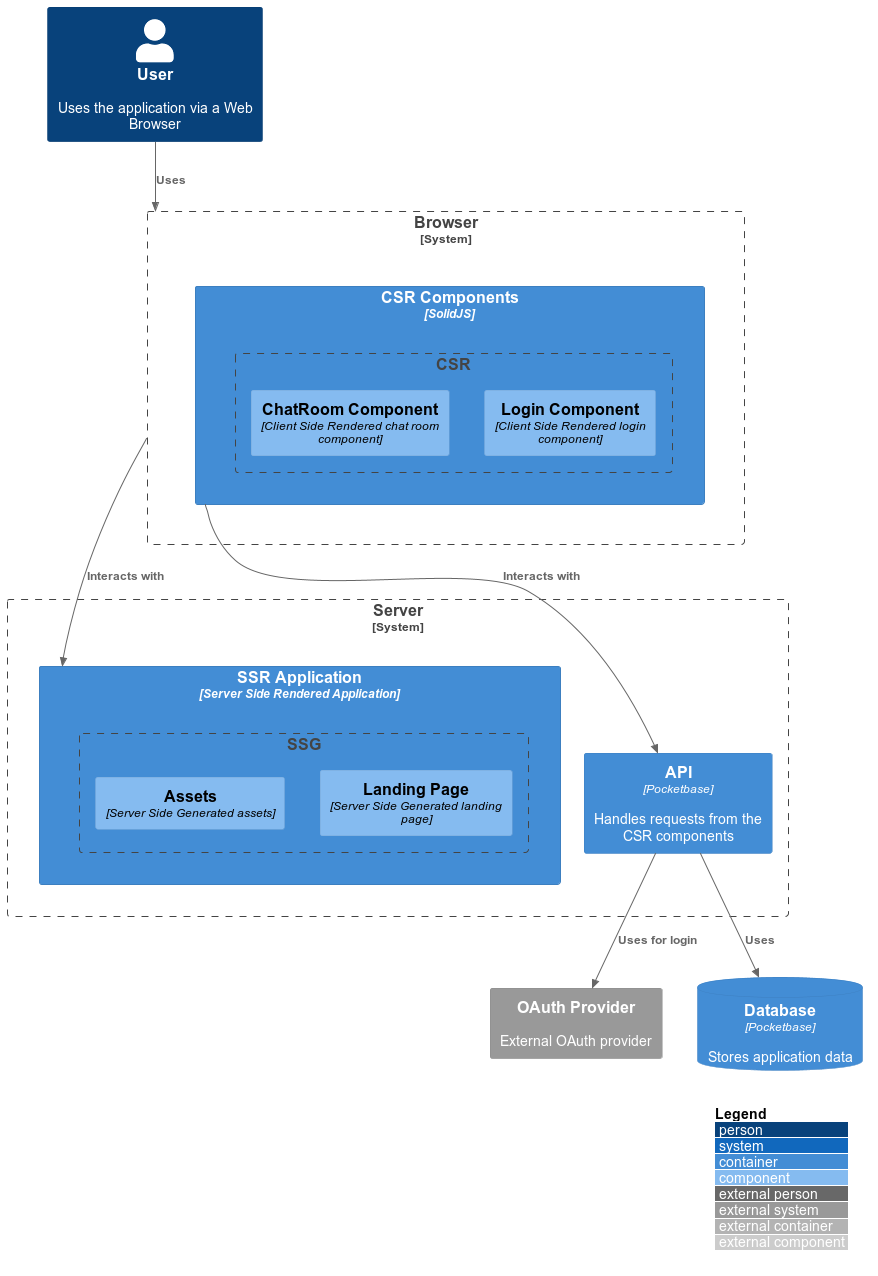
Before: plantuml/C4_Elements.png, a diagram exported from PlantUML (CorentinGS/Astrocket). Its diagram source:
```plantuml
@startuml C4_Elements

!include https://raw.githubusercontent.com/plantuml-stdlib/C4-PlantUML/master/C4_Container.puml
!include https://raw.githubusercontent.com/plantuml-stdlib/C4-PlantUML/master/C4_Component.puml

LAYOUT_WITH_LEGEND()

Person(user, "User", "Uses the application via a Web Browser")
System_Ext(oauthProvider, "OAuth Provider", "External OAuth provider")

System_Boundary(server, "Server") {
    Container(ssrApp, "SSR Application", "Server Side Rendered Application") {
        Boundary(ssg, "SSG") {
            Component(landingPage, "Landing Page", "Server Side Generated landing page")
            Component(assets, "Assets", "Server Side Generated assets")
        }
    }
    Container(api, "API", "Pocketbase", "Handles requests from the CSR components")
}

System_Boundary(browser, "Browser") {
    Container(csrComponents, "CSR Components", "SolidJS") {
        Boundary(csr, "CSR") {
            Component(loginComponent, "Login Component", "Client Side Rendered login component")
            Component(chatRoomComponent, "ChatRoom Component", "Client Side Rendered chat room component")
        }
    }
}

ContainerDb(db, "Database", "Pocketbase", "Stores application data")

Rel(user, browser, "Uses")
Rel(browser, ssrApp, "Interacts with")
Rel(csrComponents, api, "Interacts with")
Rel(api, db, "Uses")
Rel(api, oauthProvider, "Uses for login")

@enduml
```
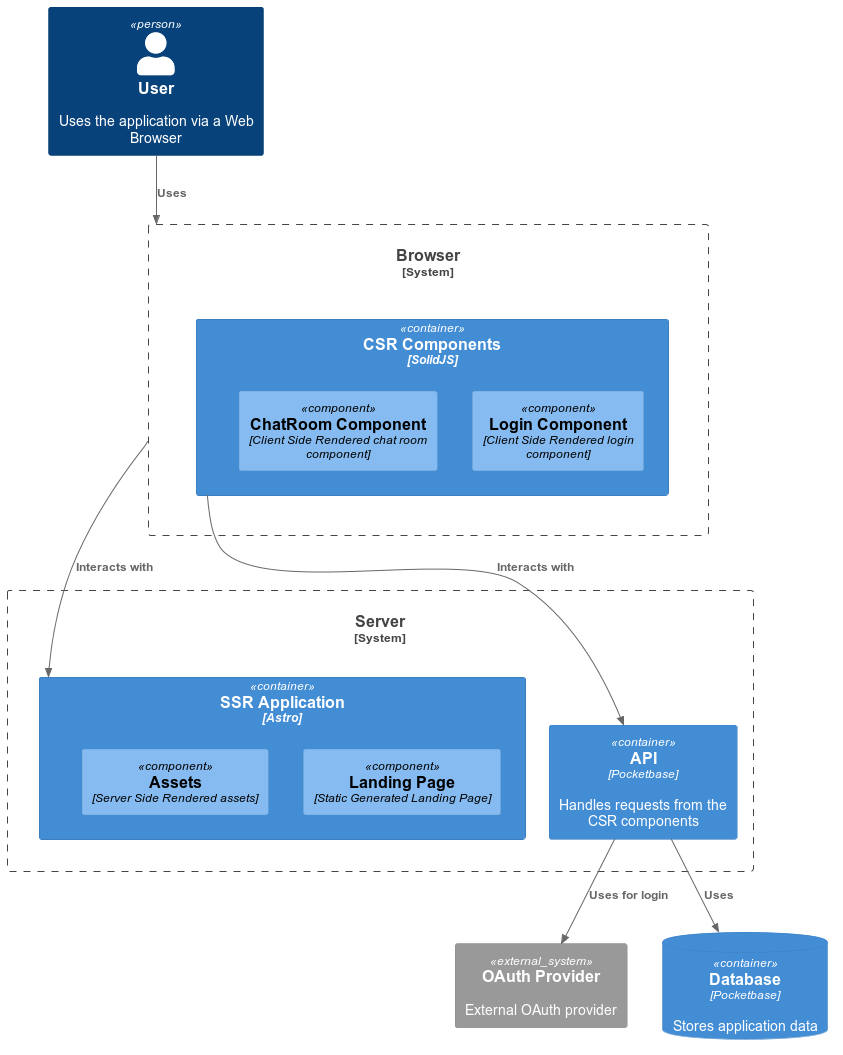
The same file after the commit.

Commit message:
:art: prettier

Change to the diagram source:
```diff
@@ -3,27 +3,21 @@
 !include https://raw.githubusercontent.com/plantuml-stdlib/C4-PlantUML/master/C4_Container.puml
 !include https://raw.githubusercontent.com/plantuml-stdlib/C4-PlantUML/master/C4_Component.puml
 
-LAYOUT_WITH_LEGEND()
-
 Person(user, "User", "Uses the application via a Web Browser")
 System_Ext(oauthProvider, "OAuth Provider", "External OAuth provider")
 
 System_Boundary(server, "Server") {
-    Container(ssrApp, "SSR Application", "Server Side Rendered Application") {
-        Boundary(ssg, "SSG") {
-            Component(landingPage, "Landing Page", "Server Side Generated landing page")
-            Component(assets, "Assets", "Server Side Generated assets")
-        }
+    Container(ssrApp, "SSR Application", "Astro") {
+            Component(landingPage, "Landing Page", "Static Generated Landing Page")
+            Component(assets, "Assets", "Server Side Rendered assets")
     }
     Container(api, "API", "Pocketbase", "Handles requests from the CSR components")
 }
 
 System_Boundary(browser, "Browser") {
     Container(csrComponents, "CSR Components", "SolidJS") {
-        Boundary(csr, "CSR") {
             Component(loginComponent, "Login Component", "Client Side Rendered login component")
             Component(chatRoomComponent, "ChatRoom Component", "Client Side Rendered chat room component")
-        }
     }
 }
 
```
